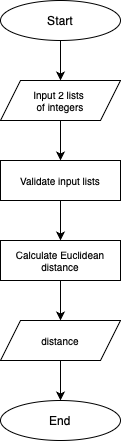
carlodenardin/multimodal-human-eval keeps this draw.io diagram as data/diagrams/psb2/vector distance/fc/l1.drawio.png. Above is the earlier version. Source tidied: cells renumbered, new cells last; positions are measured from the earlier drawing's top-left corner, leaving out a move shared by most shapes.
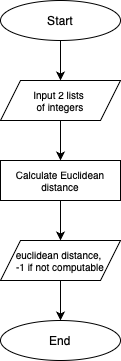
After the change.

Commit message:
Added the BPMN for the problem distance vector problem psb2

Change to the diagram source:
```diff
@@ -3,39 +3,31 @@
     <mxCell id="0" />
     <mxCell id="1" parent="0" />
     <mxCell id="2" value="Start" style="ellipse;whiteSpace=wrap;html=1;" parent="1" vertex="1">
-      <mxGeometry width="120" height="40" as="geometry" />
+      <mxGeometry y="80" width="120" height="40" as="geometry" />
     </mxCell>
+    <mxCell id="13" style="edgeStyle=orthogonalEdgeStyle;rounded=0;jettySize=auto;html=1;exitX=0.5;exitY=1;exitDx=0;exitDy=0;entryX=0.5;entryY=0;entryDx=0;entryDy=0;" parent="1" edge="1" source="3" target="9">
+      <mxGeometry relative="1" as="geometry" />
+    </mxCell>
     <mxCell id="3" value="Input 2 lists&amp;nbsp;&lt;div&gt;of integers&lt;/div&gt;" style="shape=parallelogram;perimeter=parallelogramPerimeter;whiteSpace=wrap;html=1;fixedSize=1;fontSize=10;" parent="1" vertex="1">
-      <mxGeometry y="80" width="120" height="40" as="geometry" />
+      <mxGeometry y="160" width="120" height="40" as="geometry" />
     </mxCell>
     <mxCell id="4" style="endArrow=classic;html=1;rounded=0;exitX=0.5;exitY=1;exitDx=0;exitDy=0;entryX=0.5;entryY=0;entryDx=0;entryDy=0;" parent="1" edge="1" source="2" target="3">
       <mxGeometry relative="1" as="geometry" />
     </mxCell>
-    <mxCell id="5" value="Validate input lists" style="rounded=0;whiteSpace=wrap;html=1;fontSize=10;" parent="1" vertex="1">
-      <mxGeometry y="160" width="120" height="40" as="geometry" />
-    </mxCell>
     <mxCell id="6" value="End" style="ellipse;whiteSpace=wrap;html=1;" parent="1" vertex="1">
       <mxGeometry y="400" width="120" height="40" as="geometry" />
     </mxCell>
     <mxCell id="7" style="endArrow=classic;html=1;rounded=0;exitX=0.5;exitY=1;exitDx=0;exitDy=0;entryX=0.5;entryY=0;entryDx=0;entryDy=0;" parent="1" edge="1" source="9" target="10">
       <mxGeometry relative="1" as="geometry" />
     </mxCell>
-    <mxCell id="8" style="endArrow=classic;html=1;rounded=0;entryX=0.5;entryY=0;entryDx=0;entryDy=0;exitX=0.5;exitY=1;exitDx=0;exitDy=0;" parent="1" edge="1" source="5">
-      <mxGeometry relative="1" as="geometry">
-        <mxPoint x="60" y="240" as="targetPoint" />
-      </mxGeometry>
-    </mxCell>
     <mxCell id="9" value="Calculate Euclidean distance" style="rounded=0;whiteSpace=wrap;html=1;fontSize=10;" parent="1" vertex="1">
       <mxGeometry y="240" width="120" height="40" as="geometry" />
     </mxCell>
-    <mxCell id="10" value="distance" style="shape=parallelogram;perimeter=parallelogramPerimeter;whiteSpace=wrap;html=1;fixedSize=1;fontSize=10;" parent="1" vertex="1">
+    <mxCell id="10" value="euclidean distance,&amp;nbsp;&lt;div&gt;-1 if not computable&lt;/div&gt;" style="shape=parallelogram;perimeter=parallelogramPerimeter;whiteSpace=wrap;html=1;fixedSize=1;fontSize=10;" parent="1" vertex="1">
       <mxGeometry y="320" width="120" height="40" as="geometry" />
     </mxCell>
     <mxCell id="11" style="endArrow=classic;html=1;rounded=0;exitX=0.5;exitY=1;exitDx=0;exitDy=0;entryX=0.5;entryY=0;entryDx=0;entryDy=0;" parent="1" edge="1" source="10" target="6">
       <mxGeometry relative="1" as="geometry" />
     </mxCell>
-    <mxCell id="12" style="endArrow=classic;html=1;rounded=0;entryX=0.5;entryY=0;entryDx=0;entryDy=0;exitX=0.5;exitY=1;exitDx=0;exitDy=0;" parent="1" edge="1" source="3" target="5">
-      <mxGeometry relative="1" as="geometry" />
-    </mxCell>
   </root>
 </mxGraphModel>
```
